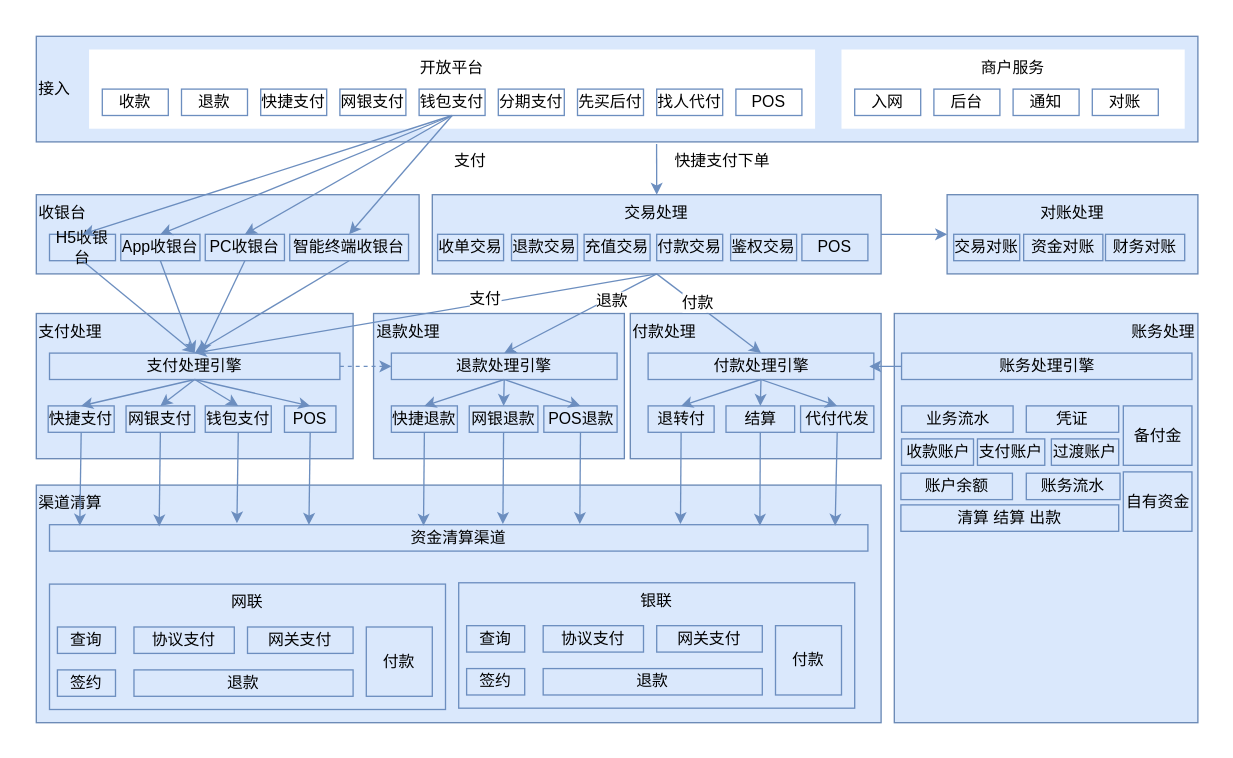
Before: 支付之门.drawio in EngineKing/draw, a draw.io diagram. Source tidied: cells renumbered, new cells numbered last; positions are measured from the earlier drawing's top-left corner, leaving out a move shared by most shapes. Both pictures are drawn from the tidied source at 132%, with x=0, y=0 at pixel (36, 36).
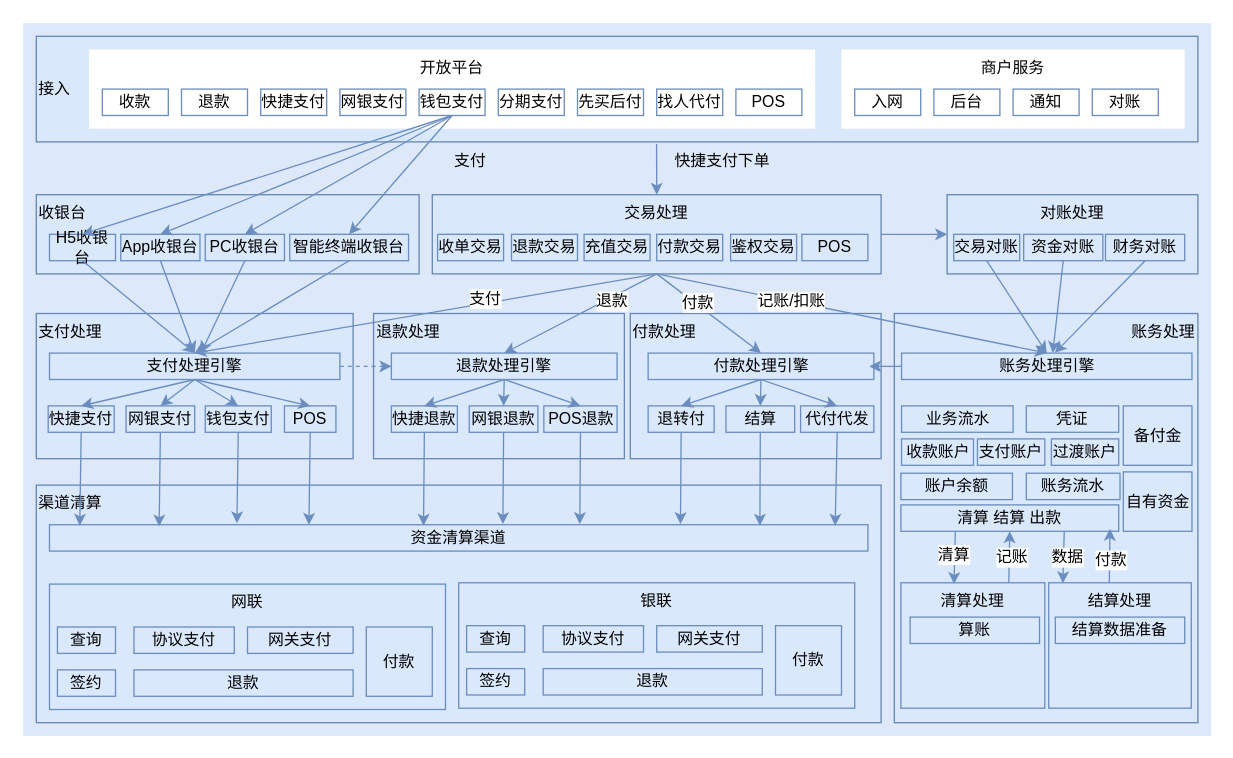
The same diagram, later.

Commit message (it also covers changes not shown here):
更新支付之门.drawio

The change refers to these unchanged cells:
```xml
<mxCell id="25" value="交易处理" style="rounded=0;whiteSpace=wrap;html=1;fillColor=#dae8fc;strokeColor=light-dark(#6988b5, #5c79a3);fontFamily=简宋;align=center;verticalAlign=top;" parent="1" vertex="1">
  <mxGeometry x="300" y="120" width="340" height="60" as="geometry" />
</mxCell>
<mxCell id="33" value="交易对账" style="rounded=0;whiteSpace=wrap;html=1;align=center;verticalAlign=middle;fontFamily=简宋;fontSize=12;fillColor=none;strokeColor=#6c8ebf;" parent="1" vertex="1">
  <mxGeometry x="695" y="150" width="50" height="20" as="geometry" />
</mxCell>
<mxCell id="34" value="资金对账" style="rounded=0;whiteSpace=wrap;html=1;align=center;verticalAlign=middle;fontFamily=简宋;fontSize=12;fillColor=none;strokeColor=#6c8ebf;" parent="1" vertex="1">
  <mxGeometry x="748" y="150" width="60" height="20" as="geometry" />
</mxCell>
<mxCell id="35" value="财务对账" style="rounded=0;whiteSpace=wrap;html=1;align=center;verticalAlign=middle;fontFamily=简宋;fontSize=12;fillColor=none;strokeColor=#6c8ebf;" parent="1" vertex="1">
  <mxGeometry x="810" y="150" width="60" height="20" as="geometry" />
</mxCell>
<mxCell id="108" value="账务处理引擎" style="rounded=0;whiteSpace=wrap;html=1;align=center;verticalAlign=middle;fontFamily=简宋;fontSize=12;fillColor=none;strokeColor=#6c8ebf;" parent="1" vertex="1">
  <mxGeometry x="655.5" y="240" width="220" height="20" as="geometry" />
</mxCell>
<mxCell id="114" value="清算 结算 出款" style="rounded=0;whiteSpace=wrap;html=1;align=center;verticalAlign=middle;fontFamily=简宋;fontSize=12;fillColor=none;strokeColor=#6c8ebf;" parent="1" vertex="1">
  <mxGeometry x="655" y="355" width="165" height="20" as="geometry" />
</mxCell>
```

What changed in the source:
```diff
@@
+    <mxCell id="120" style="rounded=0;whiteSpace=wrap;html=1;align=center;verticalAlign=top;fontFamily=简宋;fontSize=12;labelBackgroundColor=default;fillColor=light-dark(#dde8f8, #1d293b);strokeColor=none;" parent="1" vertex="1">
+      <mxGeometry x="-10" y="-10" width="900" height="540" as="geometry" />
+    </mxCell>
@@
+    <mxCell id="121" style="edgeStyle=none;shape=connector;rounded=0;jettySize=auto;html=1;exitX=0.5;exitY=1;exitDx=0;exitDy=0;entryX=0.5;entryY=0;entryDx=0;entryDy=0;strokeColor=#6c8ebf;align=center;verticalAlign=middle;fontFamily=简宋;fontSize=12;fontColor=default;labelBackgroundColor=default;endArrow=classic;fillColor=#dae8fc;" parent="1" edge="1" source="25" target="108">
+      <mxGeometry relative="1" as="geometry" />
+    </mxCell>
+    <mxCell id="122" value="记账/扣账" style="edgeLabel;html=1;align=center;verticalAlign=middle;rounded=0;fontFamily=简宋;fontSize=12;fontColor=default;labelBackgroundColor=default;fillColor=default;" parent="121" vertex="1">
+      <mxGeometry x="-0.31" relative="1" as="geometry" />
+    </mxCell>
+    <mxCell id="123" style="edgeStyle=none;shape=connector;rounded=0;jettySize=auto;html=1;exitX=0.5;exitY=1;exitDx=0;exitDy=0;entryX=0.5;entryY=0;entryDx=0;entryDy=0;strokeColor=#6c8ebf;align=center;verticalAlign=middle;fontFamily=简宋;fontSize=12;fontColor=default;labelBackgroundColor=default;endArrow=classic;fillColor=#dae8fc;" parent="1" edge="1" source="33" target="108">
+      <mxGeometry relative="1" as="geometry" />
+    </mxCell>
+    <mxCell id="124" style="edgeStyle=none;shape=connector;rounded=0;jettySize=auto;html=1;exitX=0.5;exitY=1;exitDx=0;exitDy=0;strokeColor=#6c8ebf;align=center;verticalAlign=middle;fontFamily=简宋;fontSize=12;fontColor=default;labelBackgroundColor=default;endArrow=classic;fillColor=#dae8fc;" parent="1" edge="1" source="34">
+      <mxGeometry relative="1" as="geometry">
+        <mxPoint x="770" y="240" as="targetPoint" />
+      </mxGeometry>
+    </mxCell>
+    <mxCell id="125" style="edgeStyle=none;shape=connector;rounded=0;jettySize=auto;html=1;exitX=0.5;exitY=1;exitDx=0;exitDy=0;entryX=0.528;entryY=-0.009;entryDx=0;entryDy=0;entryPerimeter=0;strokeColor=#6c8ebf;align=center;verticalAlign=middle;fontFamily=简宋;fontSize=12;fontColor=default;labelBackgroundColor=default;endArrow=classic;fillColor=#dae8fc;" parent="1" edge="1" source="35" target="108">
+      <mxGeometry relative="1" as="geometry" />
+    </mxCell>
+    <mxCell id="126" style="edgeStyle=none;shape=connector;rounded=0;jettySize=auto;html=1;exitX=0.75;exitY=0;exitDx=0;exitDy=0;entryX=0.5;entryY=1;entryDx=0;entryDy=0;strokeColor=#6c8ebf;align=center;verticalAlign=middle;fontFamily=简宋;fontSize=12;fontColor=default;labelBackgroundColor=default;endArrow=classic;fillColor=#dae8fc;" parent="1" edge="1" source="128" target="114">
+      <mxGeometry relative="1" as="geometry" />
+    </mxCell>
+    <mxCell id="127" value="记账" style="edgeLabel;html=1;align=center;verticalAlign=middle;rounded=0;fontFamily=简宋;fontSize=12;fontColor=default;labelBackgroundColor=default;fillColor=default;" parent="126" vertex="1">
+      <mxGeometry x="0.04" y="-1" relative="1" as="geometry" />
+    </mxCell>
+    <mxCell id="128" value="清算处理" style="rounded=0;whiteSpace=wrap;html=1;align=center;verticalAlign=top;fontFamily=简宋;fontSize=12;fillColor=none;strokeColor=#6c8ebf;" parent="1" vertex="1">
+      <mxGeometry x="655" y="414" width="109" height="95" as="geometry" />
+    </mxCell>
+    <mxCell id="129" value="结算处理" style="rounded=0;whiteSpace=wrap;html=1;align=center;verticalAlign=top;fontFamily=简宋;fontSize=12;fillColor=none;strokeColor=#6c8ebf;" parent="1" vertex="1">
+      <mxGeometry x="767" y="414" width="108" height="95" as="geometry" />
+    </mxCell>
+    <mxCell id="130" style="edgeStyle=none;shape=connector;rounded=0;jettySize=auto;html=1;exitX=0.25;exitY=1;exitDx=0;exitDy=0;entryX=0.369;entryY=0.01;entryDx=0;entryDy=0;entryPerimeter=0;strokeColor=#6c8ebf;align=center;verticalAlign=middle;fontFamily=简宋;fontSize=12;fontColor=default;labelBackgroundColor=default;endArrow=classic;fillColor=#dae8fc;" parent="1" edge="1" source="114" target="128">
+      <mxGeometry relative="1" as="geometry" />
+    </mxCell>
+    <mxCell id="131" value="清算" style="edgeLabel;html=1;align=center;verticalAlign=middle;rounded=0;fontFamily=简宋;fontSize=12;fontColor=default;labelBackgroundColor=default;fillColor=default;" parent="130" vertex="1">
+      <mxGeometry x="-0.09" y="-1" relative="1" as="geometry" />
+    </mxCell>
+    <mxCell id="132" style="edgeStyle=none;shape=connector;rounded=0;jettySize=auto;html=1;exitX=0.75;exitY=1;exitDx=0;exitDy=0;entryX=0.099;entryY=0.004;entryDx=0;entryDy=0;entryPerimeter=0;strokeColor=#6c8ebf;align=center;verticalAlign=middle;fontFamily=简宋;fontSize=12;fontColor=default;labelBackgroundColor=default;endArrow=classic;fillColor=#dae8fc;" parent="1" edge="1" source="114" target="129">
+      <mxGeometry relative="1" as="geometry" />
+    </mxCell>
+    <mxCell id="133" value="数据" style="edgeLabel;html=1;align=center;verticalAlign=middle;rounded=0;fontFamily=简宋;fontSize=12;fontColor=default;labelBackgroundColor=default;fillColor=default;" parent="132" vertex="1">
+      <mxGeometry x="-0.02" y="2" relative="1" as="geometry" />
+    </mxCell>
+    <mxCell id="134" style="edgeStyle=none;shape=connector;rounded=0;jettySize=auto;html=1;exitX=0.425;exitY=-0.003;exitDx=0;exitDy=0;entryX=0.96;entryY=0.908;entryDx=0;entryDy=0;entryPerimeter=0;strokeColor=#6c8ebf;align=center;verticalAlign=middle;fontFamily=简宋;fontSize=12;fontColor=default;labelBackgroundColor=default;endArrow=classic;fillColor=#dae8fc;exitPerimeter=0;" parent="1" edge="1" source="129" target="114">
+      <mxGeometry relative="1" as="geometry" />
+    </mxCell>
+    <mxCell id="135" value="付款" style="edgeLabel;html=1;align=center;verticalAlign=middle;rounded=0;fontFamily=简宋;fontSize=12;fontColor=default;labelBackgroundColor=default;fillColor=default;" parent="134" vertex="1">
+      <mxGeometry x="-0.14" relative="1" as="geometry" />
+    </mxCell>
+    <mxCell id="136" value="算账" style="rounded=0;whiteSpace=wrap;html=1;align=center;verticalAlign=middle;fontFamily=简宋;fontSize=12;fillColor=none;strokeColor=#6c8ebf;" parent="1" vertex="1">
+      <mxGeometry x="662" y="440" width="98" height="20" as="geometry" />
+    </mxCell>
+    <mxCell id="137" value="结算数据准备" style="rounded=0;whiteSpace=wrap;html=1;align=center;verticalAlign=middle;fontFamily=简宋;fontSize=12;fillColor=none;strokeColor=#6c8ebf;" parent="1" vertex="1">
+      <mxGeometry x="772" y="440" width="98" height="20" as="geometry" />
+    </mxCell>
```
